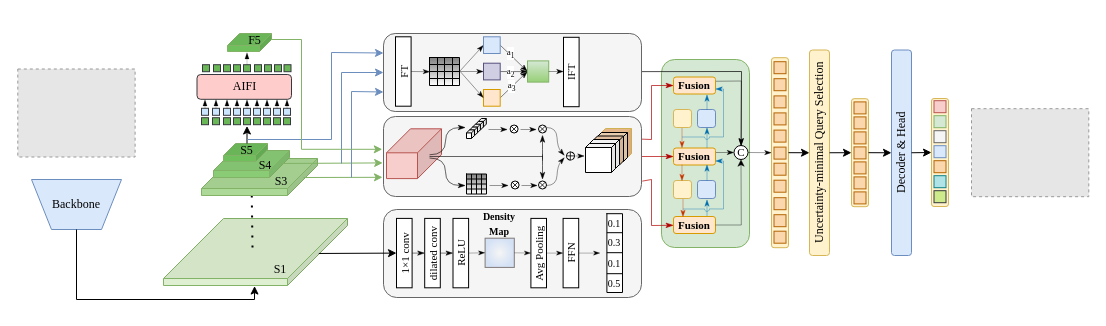
This is DrawIO_file/毕业论文画图/HDT-DETR.drawio from DingDongZz/typera_PicGO, a draw.io file, before an edit. Source tidied: cells renumbered, new cells numbered last; positions are measured from the earlier drawing's top-left corner, leaving out a move shared by most shapes. Both pictures are drawn from the tidied source at 100%, with x=0, y=0 at pixel (17, 33). Pictures stored in the file or linked from it are replaced by grey dashed boxes.
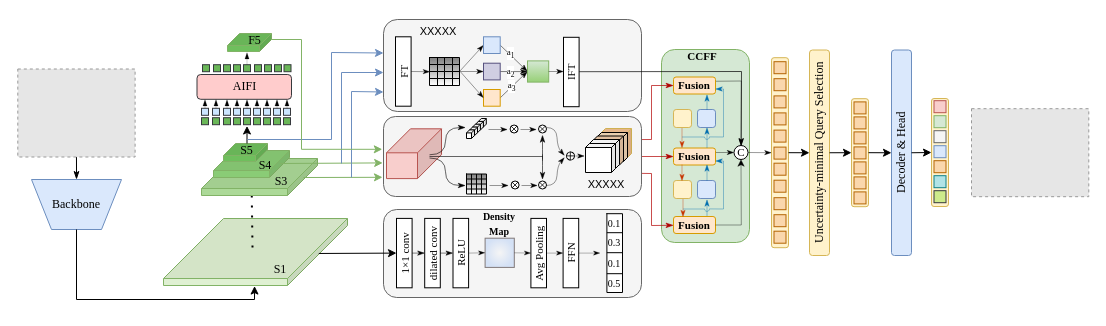
The same diagram, later.

Unchanged cells that the change refers to:
```xml
<mxCell id="2" value="Backbone" style="shape=trapezoid;perimeter=trapezoidPerimeter;whiteSpace=wrap;html=1;fixedSize=1;flipV=1;fillColor=#dae8fc;strokeColor=#6c8ebf;fontFamily=Times New Roman;" parent="1" vertex="1">
  <mxGeometry x="14" y="146" width="90" height="50" as="geometry" />
</mxCell>
<mxCell id="19" style="rounded=1;whiteSpace=wrap;html=1;fillColor=#f5f5f5;strokeColor=#666666;fontColor=#333333;" parent="1" vertex="1">
  <mxGeometry x="366" y="83" width="258" height="80" as="geometry" />
</mxCell>
<mxCell id="135" style="fillColor=#E6E6E6;strokeColor=#999999;dashed=1;verticalLabelPosition=bottom;labelBackgroundColor=default;verticalAlign=top;" parent="1" vertex="1">
  <mxGeometry x="0.3" y="35.5" width="117.3" height="88" as="geometry" />
</mxCell>
<mxCell id="205" value="Fusion" style="rounded=1;whiteSpace=wrap;html=1;fontFamily=Times New Roman;fontSize=11;labelBackgroundColor=none;fillColor=#ffe6cc;strokeColor=#d79b00;fontColor=default;fontStyle=1;" parent="203" vertex="1">
  <mxGeometry width="42" height="17" as="geometry" />
</mxCell>
```

The edit, as a diff of the source:
```diff
@@
     <mxCell id="3" style="rounded=1;whiteSpace=wrap;html=1;fontFamily=Times New Roman;fillColor=#d5e8d4;strokeColor=#82b366;" parent="1" vertex="1">
-      <mxGeometry x="644" y="26" width="88" height="188" as="geometry" />
+      <mxGeometry x="644" y="16" width="88" height="193" as="geometry" />
     </mxCell>
@@
-    <mxCell id="17" style="edgeStyle=none;shape=connector;rounded=0;jettySize=auto;html=1;entryX=0;entryY=0.5;entryDx=0;entryDy=0;strokeColor=#B20000;strokeWidth=0.7;align=center;verticalAlign=middle;fontFamily=Helvetica;fontSize=11;fontColor=default;labelBackgroundColor=default;endArrow=classicThin;endFill=1;exitX=1;exitY=0.283;exitDx=0;exitDy=0;exitPerimeter=0;fillColor=#e51400;" parent="1" edge="1" source="19" target="205">
+    <mxCell id="17" style="edgeStyle=none;shape=connector;rounded=0;jettySize=auto;html=1;entryX=0;entryY=0.5;entryDx=0;entryDy=0;strokeColor=#B20000;strokeWidth=0.7;align=center;verticalAlign=middle;fontFamily=Helvetica;fontSize=11;fontColor=default;labelBackgroundColor=default;endArrow=classicThin;endFill=1;exitX=1;exitY=0.288;exitDx=0;exitDy=0;exitPerimeter=0;fillColor=#e51400;" parent="1" edge="1" source="19" target="205">
       <mxGeometry relative="1" as="geometry">
         <Array as="points">
           <mxPoint x="634" y="106" />
           <mxPoint x="634" y="52" />
         </Array>
       </mxGeometry>
     </mxCell>
-    <mxCell id="18" style="edgeStyle=none;shape=connector;rounded=0;jettySize=auto;html=1;entryX=0;entryY=0.75;entryDx=0;entryDy=0;strokeColor=#B20000;strokeWidth=0.7;align=center;verticalAlign=middle;fontFamily=Helvetica;fontSize=11;fontColor=default;labelBackgroundColor=default;endArrow=classicThin;endFill=1;exitX=1.003;exitY=0.808;exitDx=0;exitDy=0;exitPerimeter=0;fillColor=#e51400;" parent="1" edge="1" source="19">
+    <mxCell id="18" style="edgeStyle=none;shape=connector;rounded=0;jettySize=auto;html=1;entryX=0;entryY=0.75;entryDx=0;entryDy=0;strokeColor=#B20000;strokeWidth=0.7;align=center;verticalAlign=middle;fontFamily=Helvetica;fontSize=11;fontColor=default;labelBackgroundColor=default;endArrow=classicThin;endFill=1;exitX=1;exitY=0.711;exitDx=0;exitDy=0;exitPerimeter=0;fillColor=#e51400;" parent="1" edge="1" source="19">
       <mxGeometry relative="1" as="geometry">
         <mxPoint x="656" y="191.8" as="targetPoint" />
         <Array as="points">
-          <mxPoint x="634" y="146" />
+          <mxPoint x="634" y="140" />
           <mxPoint x="634" y="192" />
         </Array>
       </mxGeometry>
     </mxCell>
@@
+    <mxCell id="268" style="edgeStyle=none;shape=connector;rounded=0;jettySize=auto;html=1;entryX=0.5;entryY=0;entryDx=0;entryDy=0;strokeColor=default;strokeWidth=1;align=center;verticalAlign=middle;fontFamily=Helvetica;fontSize=11;fontColor=default;labelBackgroundColor=none;endArrow=classicThin;endFill=1;" parent="1" edge="1" source="135" target="2">
+      <mxGeometry relative="1" as="geometry" />
+    </mxCell>
@@
-    <mxCell id="137" style="endArrow=classic;html=1;rounded=0;entryX=0;entryY=0.5;entryDx=0;entryDy=0;fillColor=#dae8fc;strokeColor=#6c8ebf;" parent="1" edge="1" target="229">
+    <mxCell id="137" style="endArrow=classic;html=1;rounded=0;entryX=0;entryY=0.5;entryDx=0;entryDy=0;fillColor=#dae8fc;strokeColor=#6c8ebf;" parent="1" edge="1">
       <mxGeometry relative="1" as="geometry">
         <mxPoint x="324" y="130" as="sourcePoint" />
+        <mxPoint x="366" y="39" as="targetPoint" />
         <Array as="points">
           <mxPoint x="324" y="39" />
         </Array>
       </mxGeometry>
     </mxCell>
-    <mxCell id="138" style="endArrow=classic;html=1;rounded=0;entryX=0;entryY=0.25;entryDx=0;entryDy=0;fillColor=#dae8fc;strokeColor=#6c8ebf;" parent="1" edge="1" target="229">
+    <mxCell id="138" style="endArrow=classic;html=1;rounded=0;entryX=0;entryY=0.25;entryDx=0;entryDy=0;fillColor=#dae8fc;strokeColor=#6c8ebf;" parent="1" edge="1">
       <mxGeometry relative="1" as="geometry">
         <mxPoint x="230" y="106" as="sourcePoint" />
+        <mxPoint x="366" y="19.5" as="targetPoint" />
         <Array as="points">
           <mxPoint x="314" y="106" />
           <mxPoint x="314" y="19" />
         </Array>
       </mxGeometry>
     </mxCell>
-    <mxCell id="139" style="endArrow=classic;html=1;rounded=0;entryX=0;entryY=0.75;entryDx=0;entryDy=0;fillColor=#dae8fc;strokeColor=#6c8ebf;" parent="1" edge="1" target="229">
+    <mxCell id="139" style="endArrow=classic;html=1;rounded=0;entryX=0;entryY=0.75;entryDx=0;entryDy=0;fillColor=#dae8fc;strokeColor=#6c8ebf;" parent="1" edge="1">
       <mxGeometry relative="1" as="geometry">
         <mxPoint x="334" y="144" as="sourcePoint" />
+        <mxPoint x="366" y="58.5" as="targetPoint" />
         <Array as="points">
           <mxPoint x="334" y="58" />
         </Array>
       </mxGeometry>
     </mxCell>
+    <mxCell id="229" style="rounded=1;whiteSpace=wrap;html=1;fillColor=#f5f5f5;fontColor=#333333;strokeColor=#666666;" parent="1" vertex="1">
+      <mxGeometry x="366" y="-14" width="258" height="92" as="geometry" />
+    </mxCell>
@@
     <mxCell id="141" style="group;" parent="1" vertex="1">
-      <mxGeometry x="369" y="85" width="245" height="75.5" as="geometry" />
+      <mxGeometry x="369" y="85" width="249.5" height="80.5" as="geometry" />
     </mxCell>
@@
+    <mxCell id="269" value="XXXXX" style="text;html=1;align=center;verticalAlign=middle;whiteSpace=wrap;rounded=0;fontFamily=Helvetica;fontSize=11;fontColor=default;labelBackgroundColor=none;" parent="141" vertex="1">
+      <mxGeometry x="189.5" y="50.5" width="60" height="30" as="geometry" />
+    </mxCell>
@@
-    <mxCell id="229" style="rounded=1;whiteSpace=wrap;html=1;fillColor=#f5f5f5;fontColor=#333333;strokeColor=#666666;" parent="1" vertex="1">
-      <mxGeometry x="366" width="258" height="78" as="geometry" />
-    </mxCell>
@@
+    <mxCell id="270" value="CCFF" style="text;html=1;align=center;verticalAlign=middle;whiteSpace=wrap;rounded=0;fontFamily=Times New Roman;fontSize=11;fontColor=default;labelBackgroundColor=none;fontStyle=1;" parent="1" vertex="1">
+      <mxGeometry x="655" y="8" width="60" height="30" as="geometry" />
+    </mxCell>
+    <mxCell id="271" value="XXXXX" style="text;html=1;align=center;verticalAlign=middle;whiteSpace=wrap;rounded=0;fontFamily=Helvetica;fontSize=11;fontColor=default;labelBackgroundColor=none;" parent="1" vertex="1">
+      <mxGeometry x="391" y="-16.7" width="60" height="30" as="geometry" />
+    </mxCell>
```
